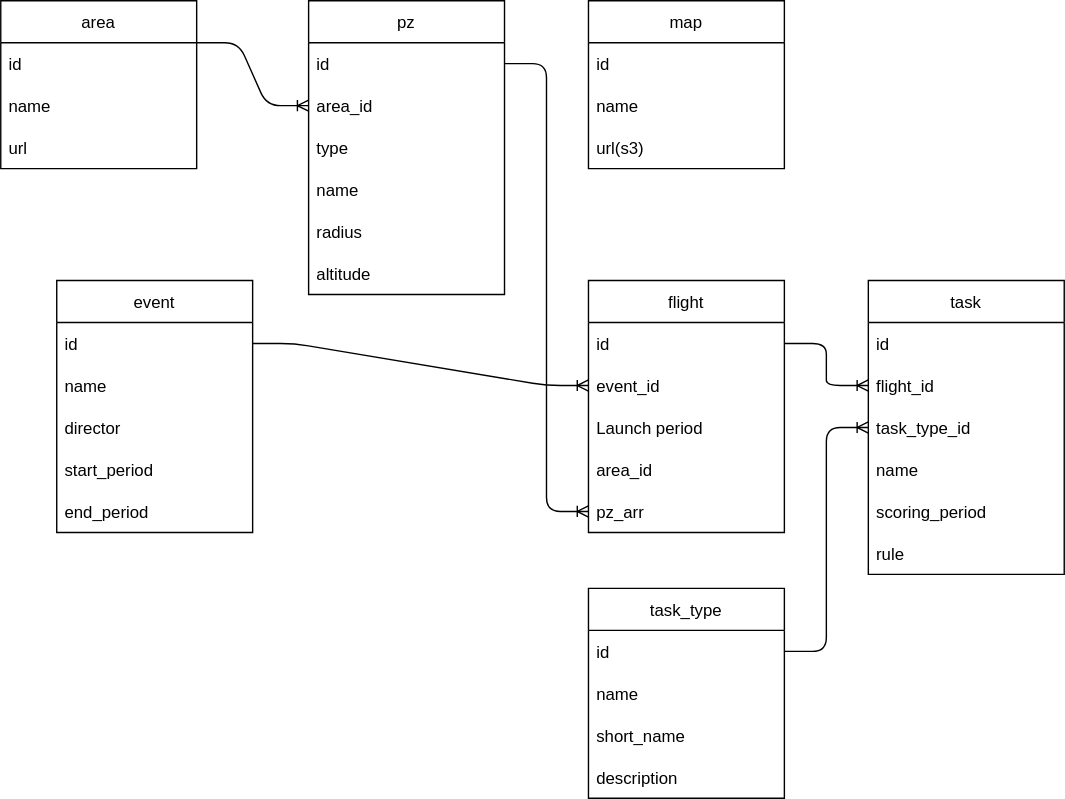
seita1996/flight_scoring keeps this draw.io diagram as back/er.drawio.svg. Above is the earlier version. Source tidied: cells renumbered, new cells last; positions are measured from the earlier drawing's top-left corner, leaving out a move shared by most shapes.
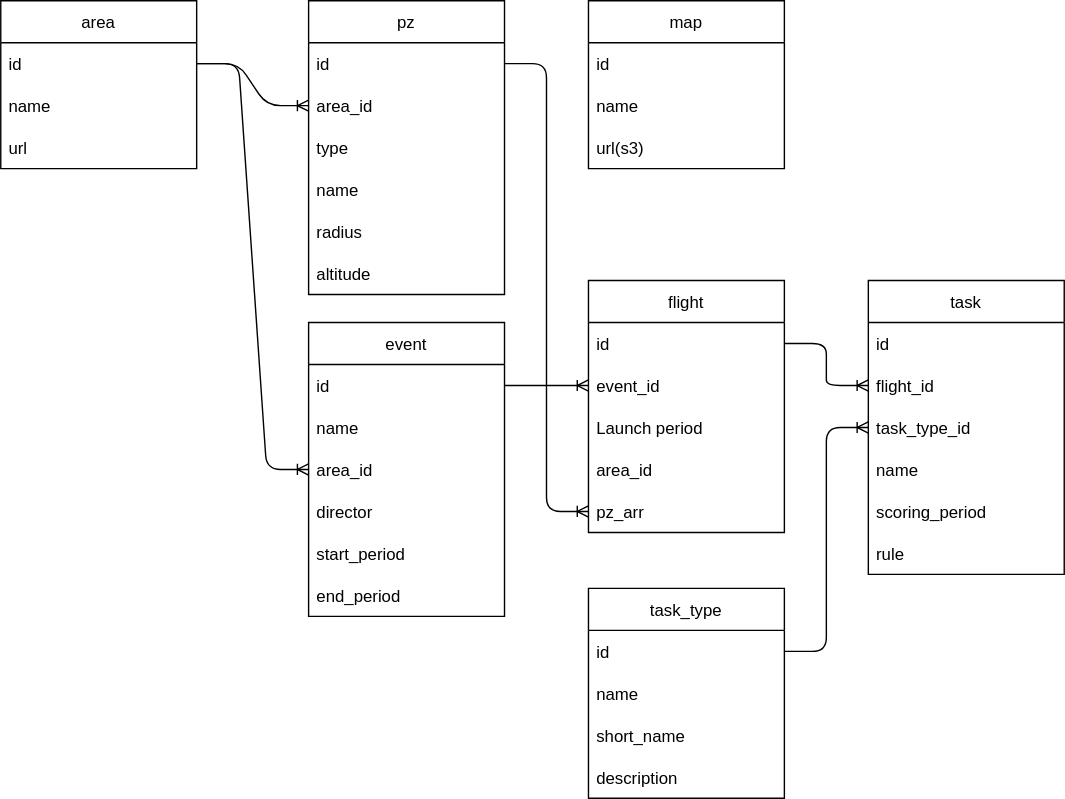
Later version of the same file.

The edit, as a diff of the source:
```diff
@@ -3,7 +3,7 @@
     <mxCell id="0" />
     <mxCell id="1" parent="0" />
     <mxCell id="2" value="event" style="swimlane;fontStyle=0;horizontal=1;startSize=30;" parent="1" vertex="1">
-      <mxGeometry x="40" y="200" width="140" height="180" as="geometry" />
+      <mxGeometry x="220" y="230" width="140" height="210" as="geometry" />
     </mxCell>
     <mxCell id="3" value="id" style="text;strokeColor=none;fillColor=none;align=left;verticalAlign=middle;spacingLeft=4;spacingRight=4;overflow=hidden;points=[[0,0.5],[1,0.5]];portConstraint=eastwest;" parent="2" vertex="1">
       <mxGeometry y="30" width="140" height="30" as="geometry" />
@@ -11,14 +11,17 @@
     <mxCell id="4" value="name" style="text;strokeColor=none;fillColor=none;align=left;verticalAlign=middle;spacingLeft=4;spacingRight=4;overflow=hidden;" parent="2" vertex="1">
       <mxGeometry y="60" width="140" height="30" as="geometry" />
     </mxCell>
-    <mxCell id="5" value="director" style="text;strokeColor=none;fillColor=none;align=left;verticalAlign=middle;spacingLeft=4;spacingRight=4;overflow=hidden;points=[[0,0.5],[1,0.5]];portConstraint=eastwest;" parent="2" vertex="1">
+    <mxCell id="5" value="area_id" style="text;strokeColor=none;fillColor=none;align=left;verticalAlign=middle;spacingLeft=4;spacingRight=4;overflow=hidden;points=[[0,0.5],[1,0.5]];portConstraint=eastwest;" parent="2" vertex="1">
       <mxGeometry y="90" width="140" height="30" as="geometry" />
     </mxCell>
-    <mxCell id="6" value="start_period" style="text;strokeColor=none;fillColor=none;align=left;verticalAlign=middle;spacingLeft=4;spacingRight=4;overflow=hidden;" parent="2" vertex="1">
+    <mxCell id="6" value="director" style="text;strokeColor=none;fillColor=none;align=left;verticalAlign=middle;spacingLeft=4;spacingRight=4;overflow=hidden;" parent="2" vertex="1">
       <mxGeometry y="120" width="140" height="30" as="geometry" />
     </mxCell>
+    <mxCell id="46" value="start_period" style="text;strokeColor=none;fillColor=none;align=left;verticalAlign=middle;spacingLeft=4;spacingRight=4;overflow=hidden;" parent="2" vertex="1">
+      <mxGeometry y="150" width="140" height="30" as="geometry" />
+    </mxCell>
     <mxCell id="7" value="end_period" style="text;strokeColor=none;fillColor=none;align=left;verticalAlign=middle;spacingLeft=4;spacingRight=4;overflow=hidden;" parent="2" vertex="1">
-      <mxGeometry y="150" width="140" height="30" as="geometry" />
+      <mxGeometry y="180" width="140" height="30" as="geometry" />
     </mxCell>
     <mxCell id="8" value="flight" style="swimlane;fontStyle=0;horizontal=1;startSize=30;" parent="1" vertex="1">
       <mxGeometry x="420" y="200" width="140" height="180" as="geometry" />
@@ -106,7 +109,7 @@
     <mxCell id="35" value="altitude" style="text;strokeColor=none;fillColor=none;align=left;verticalAlign=middle;spacingLeft=4;spacingRight=4;overflow=hidden;" parent="29" vertex="1">
       <mxGeometry y="180" width="140" height="30" as="geometry" />
     </mxCell>
-    <mxCell id="36" style="edgeStyle=entityRelationEdgeStyle;fontSize=12;html=1;endArrow=ERoneToMany;exitX=1;exitY=0.25;exitDx=0;exitDy=0;startArrow=none;entryX=0;entryY=0.5;entryDx=0;entryDy=0;" parent="1" edge="1" source="37" target="31">
+    <mxCell id="36" style="edgeStyle=entityRelationEdgeStyle;fontSize=12;html=1;endArrow=ERoneToMany;exitX=1;exitY=0.5;exitDx=0;exitDy=0;startArrow=none;entryX=0;entryY=0.5;entryDx=0;entryDy=0;" parent="1" edge="1" source="38" target="31">
       <mxGeometry relative="1" as="geometry" />
     </mxCell>
     <mxCell id="37" value="area" style="swimlane;fontStyle=0;horizontal=1;startSize=30;" parent="1" vertex="1">
@@ -136,5 +139,8 @@
     <mxCell id="45" style="edgeStyle=entityRelationEdgeStyle;fontSize=12;html=1;endArrow=ERoneToMany;exitX=1;exitY=0.5;exitDx=0;exitDy=0;startArrow=none;entryX=0;entryY=0.5;entryDx=0;entryDy=0;" parent="1" edge="1" source="30" target="13">
       <mxGeometry relative="1" as="geometry" />
     </mxCell>
+    <mxCell id="47" style="edgeStyle=entityRelationEdgeStyle;fontSize=12;html=1;endArrow=ERoneToMany;exitX=1;exitY=0.5;exitDx=0;exitDy=0;startArrow=none;entryX=0;entryY=0.5;entryDx=0;entryDy=0;" parent="1" edge="1" source="38" target="5">
+      <mxGeometry relative="1" as="geometry" />
+    </mxCell>
   </root>
 </mxGraphModel>
```
